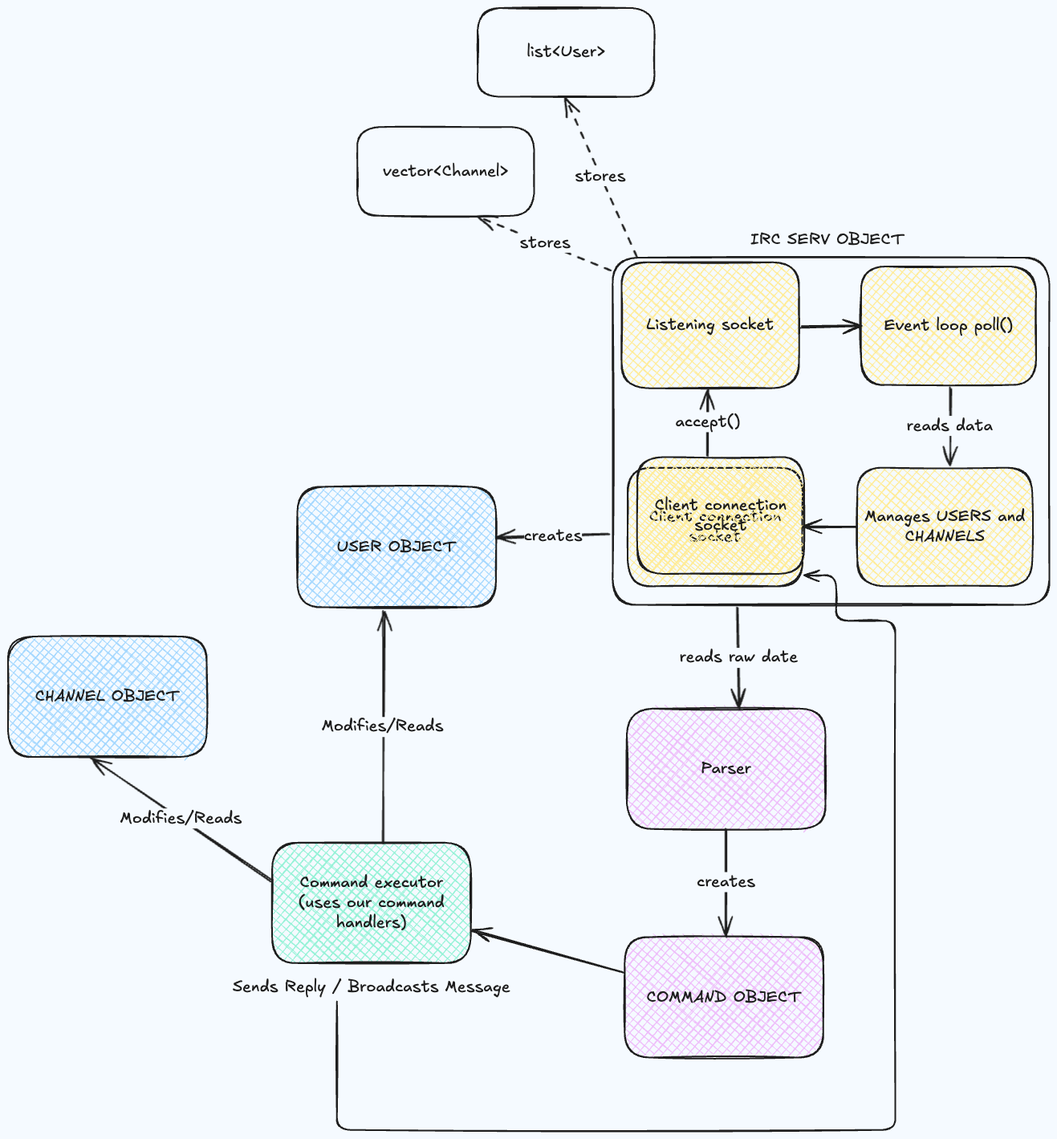
This is schema.excalidraw.png from Grihladin/42HN-IRC-server, a Excalidraw export, as it was before one commit. Source tidied: one line per element, renumbered; positions are measured from the earlier drawing's top-left corner, leaving out a move shared by most shapes.
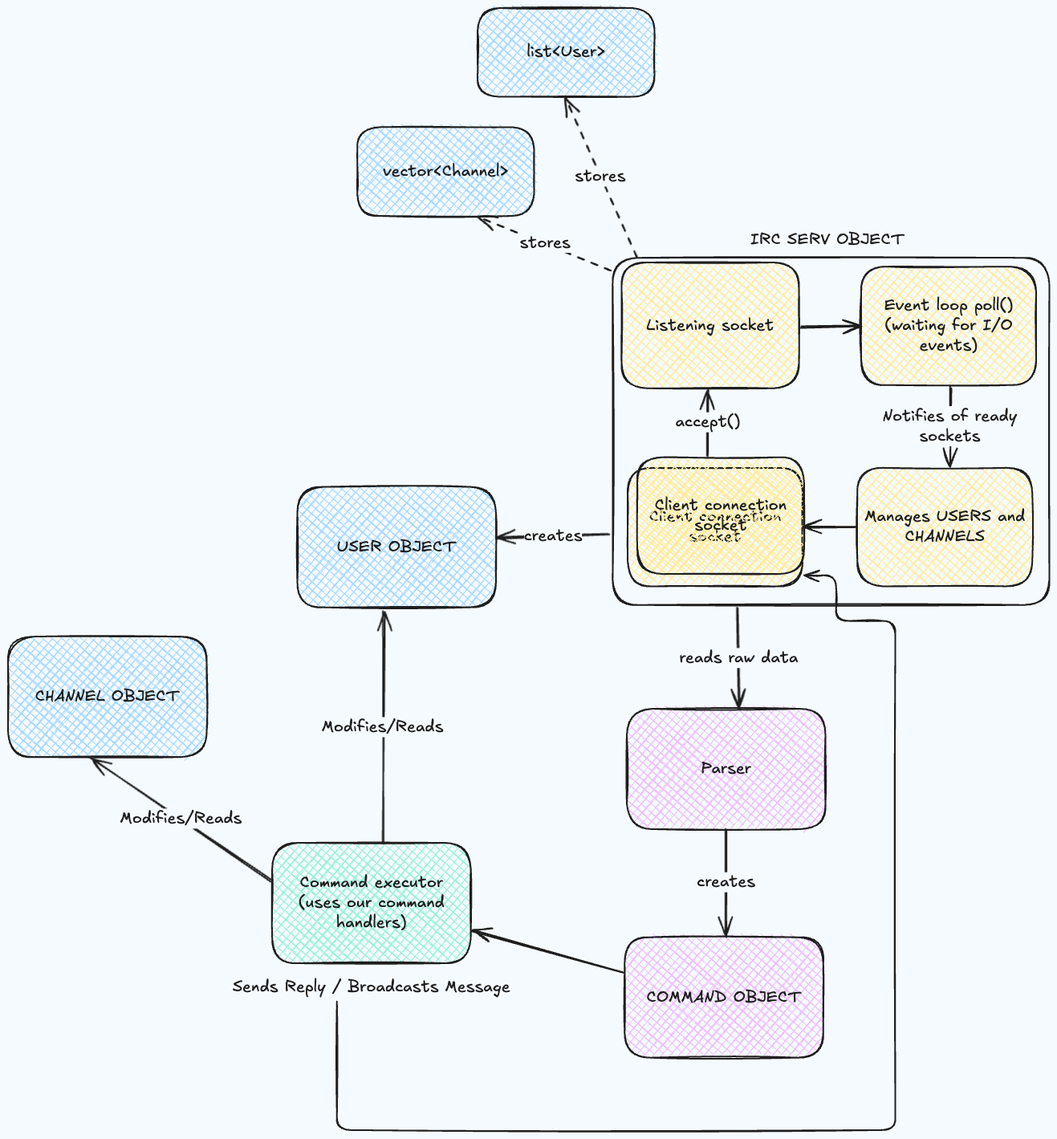
The same diagram one commit later.

Commit message:
diogramm ready

Change to the diagram source:
```diff
@@ -1,7 +1,7 @@
 {"id": 0, "type": "rectangle", "strokeColor": "#1e1e1e", "backgroundColor": "#ffec99", "fillStyle": "cross-hatch", "strokeWidth": 2, "roughness": 1, "round": true, "x": 764, "y": 317, "width": 221, "height": 157}
 {"id": 1, "type": "text", "text": "Listening socket", "strokeColor": "#1e1e1e", "backgroundColor": "#ffffff", "fillStyle": "solid", "strokeWidth": 2, "roughness": 1, "fontSize": 20, "fontFamily": 5, "textAlign": "center", "verticalAlign": "middle", "inside": 0, "x": 796, "y": 383, "width": 159, "height": 25}
 {"id": 2, "type": "rectangle", "strokeColor": "#1e1e1e", "backgroundColor": "#ffec99", "fillStyle": "cross-hatch", "strokeWidth": 2, "roughness": 1, "round": true, "x": 1063, "y": 322, "width": 218, "height": 148}
-{"id": 3, "type": "text", "text": "Event loop poll()", "strokeColor": "#1e1e1e", "backgroundColor": "#ffffff", "fillStyle": "solid", "strokeWidth": 2, "roughness": 1, "fontSize": 20, "fontFamily": 5, "textAlign": "center", "verticalAlign": "middle", "inside": 2, "x": 1092, "y": 383, "width": 161, "height": 25}
+{"id": 3, "type": "text", "text": "Event loop poll()\n(waiting for I/O\nevents)", "strokeColor": "#1e1e1e", "backgroundColor": "#ffffff", "fillStyle": "solid", "strokeWidth": 2, "roughness": 1, "fontSize": 20, "fontFamily": 5, "textAlign": "center", "verticalAlign": "middle", "inside": 2, "x": 1092, "y": 358, "width": 161, "height": 75}
 {"id": 4, "type": "rectangle", "strokeColor": "#1e1e1e", "backgroundColor": "#ffec99", "fillStyle": "cross-hatch", "strokeWidth": 2, "roughness": 1, "round": true, "x": 1058, "y": 573, "width": 218, "height": 148}
 {"id": 5, "type": "text", "text": "Manages USERS and\nCHANNELS", "strokeColor": "#1e1e1e", "backgroundColor": "#ffffff", "fillStyle": "solid", "strokeWidth": 2, "roughness": 1, "fontSize": 20, "fontFamily": 5, "textAlign": "center", "verticalAlign": "middle", "inside": 4, "x": 1067, "y": 621, "width": 200, "height": 50}
 {"id": 6, "type": "rectangle", "strokeColor": "#1e1e1e", "backgroundColor": "#ffec99", "fillStyle": "cross-hatch", "strokeWidth": 2, "roughness": 1, "round": true, "x": 772, "y": 573, "width": 218, "height": 148}
@@ -21,7 +21,7 @@
 {"id": 20, "type": "arrow", "strokeColor": "#1e1e1e", "backgroundColor": "#ffec99", "fillStyle": "cross-hatch", "strokeWidth": 2, "roughness": 1, "endArrowhead": "arrow", "round": true, "from": 33, "to": 14, "x": 749, "y": 655, "width": 141, "height": 6, "points": [[0, 0], [-141, 6]]}
 {"id": 21, "type": "text", "text": "creates", "strokeColor": "#1e1e1e", "backgroundColor": "#a5d8ff", "fillStyle": "cross-hatch", "strokeWidth": 2, "roughness": 1, "fontSize": 20, "fontFamily": 5, "textAlign": "center", "verticalAlign": "middle", "inside": 20, "x": 643, "y": 645, "width": 73, "height": 25}
 {"id": 22, "type": "arrow", "strokeColor": "#1e1e1e", "backgroundColor": "#eebefa", "fillStyle": "cross-hatch", "strokeWidth": 2, "roughness": 1, "endArrowhead": "arrow", "round": true, "from": 33, "to": 8, "x": 909, "y": 746, "width": 4, "height": 126, "points": [[0, 0], [4, 126]]}
-{"id": 23, "type": "text", "text": "reads raw date", "strokeColor": "#1e1e1e", "backgroundColor": "#eebefa", "fillStyle": "cross-hatch", "strokeWidth": 2, "roughness": 1, "fontSize": 20, "fontFamily": 5, "textAlign": "center", "verticalAlign": "middle", "inside": 22, "x": 855, "y": 796, "width": 147, "height": 25}
+{"id": 23, "type": "text", "text": "reads raw data", "strokeColor": "#1e1e1e", "backgroundColor": "#eebefa", "fillStyle": "cross-hatch", "strokeWidth": 2, "roughness": 1, "fontSize": 20, "fontFamily": 5, "textAlign": "center", "verticalAlign": "middle", "inside": 22, "x": 836, "y": 797, "width": 148, "height": 25}
 {"id": 24, "type": "arrow", "strokeColor": "#1e1e1e", "backgroundColor": "#eebefa", "fillStyle": "cross-hatch", "strokeWidth": 2, "roughness": 1, "endArrowhead": "arrow", "round": true, "from": 8, "to": 10, "x": 894, "y": 1023, "width": 1, "height": 132, "points": [[0, 0], [1, 132]]}
 {"id": 25, "type": "text", "text": "creates", "strokeColor": "#1e1e1e", "backgroundColor": "#eebefa", "fillStyle": "cross-hatch", "strokeWidth": 2, "roughness": 1, "fontSize": 20, "fontFamily": 5, "textAlign": "center", "verticalAlign": "middle", "inside": 24, "x": 858, "y": 1076, "width": 73, "height": 25}
 {"id": 26, "type": "arrow", "strokeColor": "#1e1e1e", "backgroundColor": "#96f2d7", "fillStyle": "cross-hatch", "strokeWidth": 2, "roughness": 1, "endArrowhead": "arrow", "round": true, "from": 10, "to": 12, "x": 766, "y": 1201, "width": 189, "height": 52, "points": [[0, 0], [-189, -52]]}
@@ -33,15 +33,15 @@
 {"id": 32, "type": "text", "text": "Sends Reply / Broadcasts Message", "strokeColor": "#1e1e1e", "backgroundColor": "#96f2d7", "fillStyle": "cross-hatch", "strokeWidth": 2, "roughness": 1, "fontSize": 20, "fontFamily": 5, "x": 280, "y": 1208, "width": 346, "height": 25}
 {"id": 33, "type": "rectangle", "strokeColor": "#1e1e1e", "strokeWidth": 2, "roughness": 1, "round": true, "x": 753, "y": 311, "width": 544, "height": 433}
 {"id": 34, "type": "text", "text": "IRC SERV OBJECT", "strokeColor": "#1e1e1e", "strokeWidth": 2, "roughness": 1, "fontSize": 20, "fontFamily": 5, "x": 925, "y": 276, "width": 192, "height": 25}
-{"id": 35, "type": "rectangle", "strokeColor": "#1e1e1e", "strokeWidth": 2, "roughness": 1, "round": true, "x": 435, "y": 148, "width": 220, "height": 111}
+{"id": 35, "type": "rectangle", "strokeColor": "#1e1e1e", "backgroundColor": "#a5d8ff", "fillStyle": "cross-hatch", "strokeWidth": 2, "roughness": 1, "round": true, "x": 435, "y": 148, "width": 220, "height": 111}
 {"id": 36, "type": "text", "text": "vector<Channel>", "strokeColor": "#1e1e1e", "strokeWidth": 2, "roughness": 1, "fontSize": 20, "fontFamily": 5, "textAlign": "center", "verticalAlign": "middle", "inside": 35, "x": 467, "y": 191, "width": 156, "height": 25}
-{"id": 37, "type": "rectangle", "strokeColor": "#1e1e1e", "strokeWidth": 2, "roughness": 1, "round": true, "x": 585, "y": 0, "width": 220, "height": 111}
+{"id": 37, "type": "rectangle", "strokeColor": "#1e1e1e", "backgroundColor": "#a5d8ff", "fillStyle": "cross-hatch", "strokeWidth": 2, "roughness": 1, "round": true, "x": 585, "y": 0, "width": 220, "height": 111}
 {"id": 38, "type": "text", "text": "list<User>", "strokeColor": "#1e1e1e", "strokeWidth": 2, "roughness": 1, "fontSize": 20, "fontFamily": 5, "textAlign": "center", "verticalAlign": "middle", "inside": 37, "x": 646, "y": 43, "width": 98, "height": 25}
 {"id": 39, "type": "arrow", "strokeColor": "#1e1e1e", "strokeWidth": 2, "strokeStyle": "dashed", "roughness": 1, "endArrowhead": "arrow", "round": true, "from": 33, "to": 35, "x": 752, "y": 325, "width": 166, "height": 65, "points": [[0, 0], [-166, -65]]}
 {"id": 40, "type": "text", "text": "stores", "strokeColor": "#1e1e1e", "strokeWidth": 2, "strokeStyle": "dashed", "roughness": 1, "fontSize": 20, "fontFamily": 5, "textAlign": "center", "verticalAlign": "middle", "inside": 39, "x": 708, "y": 254, "width": 63, "height": 25}
 {"id": 41, "type": "arrow", "strokeColor": "#1e1e1e", "strokeWidth": 2, "strokeStyle": "dashed", "roughness": 1, "endArrowhead": "arrow", "round": true, "from": 33, "to": 37, "x": 782, "y": 309, "width": 89, "height": 198, "points": [[0, 0], [-89, -198]]}
 {"id": 42, "type": "text", "text": "stores", "strokeColor": "#1e1e1e", "strokeWidth": 2, "strokeStyle": "dashed", "roughness": 1, "fontSize": 20, "fontFamily": 5, "textAlign": "center", "verticalAlign": "middle", "inside": 41, "x": 1080, "y": 252, "width": 63, "height": 25}
-{"id": 43, "type": "arrow", "strokeColor": "#1e1e1e", "strokeWidth": 2, "roughness": 1, "endArrowhead": "arrow", "round": true, "from": 0, "to": 2, "x": 989, "y": 397, "width": 73, "height": 1, "points": [[0, 0], [73, -1]]}
+{"id": 43, "type": "arrow", "strokeColor": "#1e1e1e", "strokeWidth": 2, "roughness": 1, "endArrowhead": "arrow", "round": true, "from": 0, "to": 2, "x": 988, "y": 397, "width": 74, "height": 1, "points": [[0, 0], [74, -1]]}
-{"id": 44, "type": "arrow", "strokeColor": "#1e1e1e", "strokeWidth": 2, "roughness": 1, "endArrowhead": "arrow", "round": true, "from": 2, "to": 4, "x": 1174, "y": 473, "width": 1, "height": 96, "points": [[0, 0], [-1, 96]]}
+{"id": 44, "type": "arrow", "strokeColor": "#1e1e1e", "strokeWidth": 2, "roughness": 1, "endArrowhead": "arrow", "round": true, "from": 2, "to": 4, "x": 1174, "y": 471, "width": 1, "height": 99, "points": [[0, 0], [-1, 99]]}
-{"id": 45, "type": "text", "text": "reads data", "strokeColor": "#1e1e1e", "strokeWidth": 2, "roughness": 1, "fontSize": 20, "fontFamily": 5, "textAlign": "center", "verticalAlign": "middle", "inside": 44, "x": 1120, "y": 508, "width": 107, "height": 25}
+{"id": 45, "type": "text", "text": "Notifies of ready\nsockets", "strokeColor": "#1e1e1e", "strokeWidth": 2, "roughness": 1, "fontSize": 20, "fontFamily": 5, "textAlign": "center", "verticalAlign": "middle", "inside": 44, "x": 1090, "y": 496, "width": 168, "height": 50}
 {"id": 46, "type": "arrow", "strokeColor": "#1e1e1e", "strokeWidth": 2, "roughness": 1, "endArrowhead": "arrow", "round": true, "from": 4, "to": 6, "x": 1056, "y": 646, "width": 65, "height": 0, "points": [[0, 0], [-65, 0]]}
```
